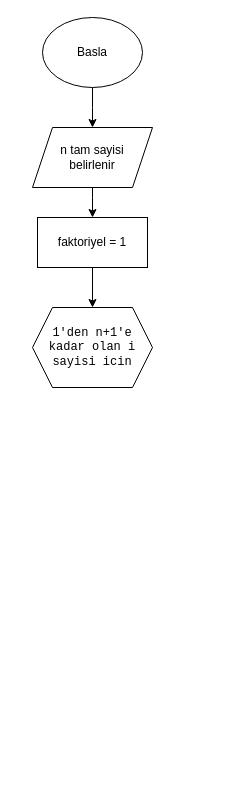
This is faktoriyell.drawio from susukin0/algorithms101, a draw.io file, before an edit. Source tidied: cells renumbered, new cells numbered last; positions are measured from the earlier drawing's top-left corner, leaving out a move shared by most shapes. Both pictures are drawn from the tidied source at 100%, with x=0, y=0 at pixel (32, 17).
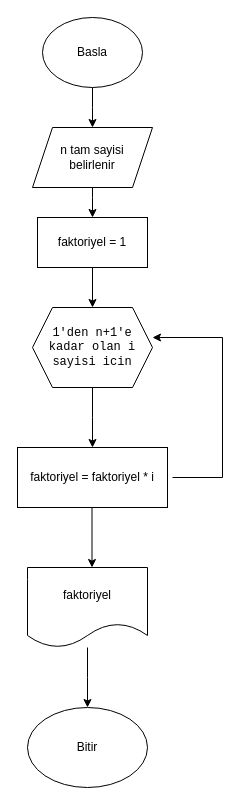
Above is the later version.

The change refers to these unchanged cells:
```xml
<mxCell id="8" value="&lt;pre&gt;1'den n+1'e&lt;br&gt;kadar olan i&lt;br&gt;sayisi icin&lt;br&gt;&lt;/pre&gt;" style="shape=hexagon;perimeter=hexagonPerimeter2;whiteSpace=wrap;html=1;fixedSize=1;" parent="1" vertex="1">
  <mxGeometry y="290" width="120" height="80" as="geometry" />
</mxCell>
```

Change to the diagram source:
```diff
@@
+    <mxCell id="9" style="edgeStyle=orthogonalEdgeStyle;rounded=0;jettySize=auto;html=1;" parent="1" edge="1" source="8">
+      <mxGeometry relative="1" as="geometry">
+        <mxPoint x="60" y="430" as="targetPoint" />
+      </mxGeometry>
+    </mxCell>
@@
+    <mxCell id="10" value="faktoriyel = faktoriyel * i" style="rounded=0;whiteSpace=wrap;html=1;" parent="1" vertex="1">
+      <mxGeometry x="-15" y="430" width="150" height="60" as="geometry" />
+    </mxCell>
+    <mxCell id="11" style="endArrow=none;html=1;rounded=0;" parent="1" edge="1">
+      <mxGeometry relative="1" as="geometry">
+        <mxPoint x="140" y="460" as="sourcePoint" />
+        <mxPoint x="190" y="460" as="targetPoint" />
+      </mxGeometry>
+    </mxCell>
+    <mxCell id="12" style="endArrow=none;html=1;rounded=0;" parent="1" edge="1">
+      <mxGeometry relative="1" as="geometry">
+        <mxPoint x="190" y="460" as="sourcePoint" />
+        <mxPoint x="190" y="320" as="targetPoint" />
+      </mxGeometry>
+    </mxCell>
+    <mxCell id="13" style="endArrow=classic;html=1;rounded=0;" parent="1" edge="1">
+      <mxGeometry relative="1" as="geometry">
+        <mxPoint x="190" y="320" as="sourcePoint" />
+        <mxPoint x="120" y="320" as="targetPoint" />
+      </mxGeometry>
+    </mxCell>
+    <mxCell id="14" style="endArrow=classic;html=1;rounded=0;" parent="1" edge="1">
+      <mxGeometry relative="1" as="geometry">
+        <mxPoint x="59.5" y="490" as="sourcePoint" />
+        <mxPoint x="59.5" y="550" as="targetPoint" />
+      </mxGeometry>
+    </mxCell>
+    <mxCell id="15" style="edgeStyle=orthogonalEdgeStyle;rounded=0;jettySize=auto;html=1;" parent="1" edge="1" source="16">
+      <mxGeometry relative="1" as="geometry">
+        <mxPoint x="55" y="690" as="targetPoint" />
+      </mxGeometry>
+    </mxCell>
+    <mxCell id="16" value="faktoriyel" style="shape=document;whiteSpace=wrap;html=1;boundedLbl=1;" parent="1" vertex="1">
+      <mxGeometry x="-5" y="550" width="120" height="80" as="geometry" />
+    </mxCell>
+    <mxCell id="17" value="Bitir" style="ellipse;whiteSpace=wrap;html=1;" parent="1" vertex="1">
+      <mxGeometry x="-5" y="690" width="120" height="80" as="geometry" />
+    </mxCell>
```
